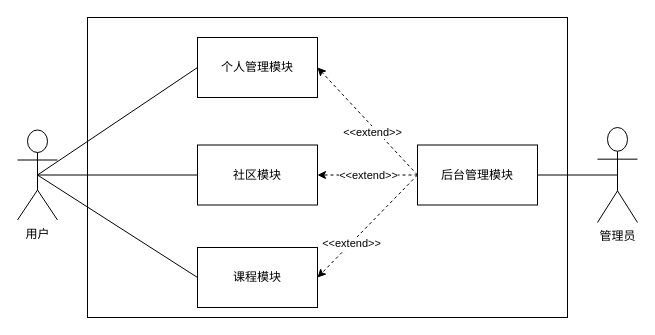
The draw.io diagram 系统.drawio in ooolky/YuSchool, before the edit. Source tidied: cells renumbered, new cells numbered last; positions are measured from the earlier drawing's top-left corner, leaving out a move shared by most shapes. Both pictures are drawn from the tidied source at 100%, with x=0, y=0 at pixel (17, 17).
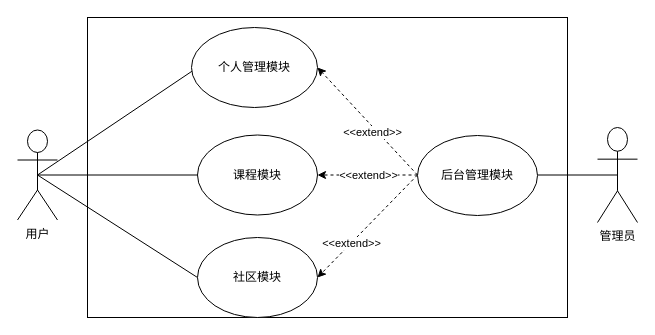
Above is the later version.

The change refers to these unchanged cells:
```xml
<mxCell id="16" value="用户" style="shape=umlActor;verticalLabelPosition=bottom;labelBackgroundColor=#ffffff;verticalAlign=top;html=1;outlineConnect=0;" parent="1" vertex="1">
  <mxGeometry y="112.5" width="40" height="90" as="geometry" />
</mxCell>
<mxCell id="18" value="管理员" style="shape=umlActor;verticalLabelPosition=bottom;labelBackgroundColor=#ffffff;verticalAlign=top;html=1;outlineConnect=0;" parent="1" vertex="1">
  <mxGeometry x="580" y="110" width="40" height="95" as="geometry" />
</mxCell>
```

Diff of the diagram source:
```diff
@@
-    <mxCell id="3" value="个人管理模块" style="rounded=0;whiteSpace=wrap;html=1;" parent="1" vertex="1">
-      <mxGeometry x="180" y="20" width="120" height="60" as="geometry" />
-    </mxCell>
-    <mxCell id="4" value="社区模块" style="rounded=0;whiteSpace=wrap;html=1;" parent="1" vertex="1">
-      <mxGeometry x="180" y="127.5" width="120" height="60" as="geometry" />
-    </mxCell>
-    <mxCell id="5" value="课程模块" style="rounded=0;whiteSpace=wrap;html=1;" parent="1" vertex="1">
-      <mxGeometry x="180" y="230" width="120" height="60" as="geometry" />
-    </mxCell>
-    <mxCell id="6" style="rounded=0;jettySize=auto;html=1;exitX=0;exitY=0.5;exitDx=0;exitDy=0;entryX=1;entryY=0.5;entryDx=0;entryDy=0;dashed=1;" parent="1" edge="1" source="12" target="3">
-      <mxGeometry relative="1" as="geometry" />
+    <mxCell id="6" style="rounded=0;orthogonalLoop=1;jettySize=auto;html=1;exitX=0;exitY=0.5;exitDx=0;exitDy=0;entryX=1;entryY=0.5;entryDx=0;entryDy=0;dashed=1;" parent="1" edge="1">
+      <mxGeometry relative="1" as="geometry">
+        <mxPoint x="400" y="157.5" as="sourcePoint" />
+        <mxPoint x="300" y="50" as="targetPoint" />
+      </mxGeometry>
     </mxCell>
@@
-    <mxCell id="8" style="rounded=0;jettySize=auto;html=1;exitX=0;exitY=0.5;exitDx=0;exitDy=0;dashed=1;" parent="1" edge="1" source="12" target="4">
-      <mxGeometry relative="1" as="geometry" />
+    <mxCell id="8" style="rounded=0;orthogonalLoop=1;jettySize=auto;html=1;exitX=0;exitY=0.5;exitDx=0;exitDy=0;dashed=1;" parent="1" edge="1">
+      <mxGeometry relative="1" as="geometry">
+        <mxPoint x="400" y="157.5" as="sourcePoint" />
+        <mxPoint x="300" y="157.5" as="targetPoint" />
+      </mxGeometry>
     </mxCell>
@@
-    <mxCell id="10" style="rounded=0;jettySize=auto;html=1;exitX=0;exitY=0.5;exitDx=0;exitDy=0;entryX=1;entryY=0.5;entryDx=0;entryDy=0;dashed=1;" parent="1" edge="1" source="12" target="5">
-      <mxGeometry relative="1" as="geometry" />
+    <mxCell id="10" style="rounded=0;orthogonalLoop=1;jettySize=auto;html=1;exitX=0;exitY=0.5;exitDx=0;exitDy=0;entryX=1;entryY=0.5;entryDx=0;entryDy=0;dashed=1;" parent="1" edge="1">
+      <mxGeometry relative="1" as="geometry">
+        <mxPoint x="400" y="157.5" as="sourcePoint" />
+        <mxPoint x="300" y="260" as="targetPoint" />
+      </mxGeometry>
     </mxCell>
@@
-    <mxCell id="12" value="后台管理模块" style="rounded=0;whiteSpace=wrap;html=1;" parent="1" vertex="1">
-      <mxGeometry x="400" y="127.5" width="120" height="60" as="geometry" />
-    </mxCell>
-    <mxCell id="13" style="rounded=0;jettySize=auto;html=1;exitX=0.5;exitY=0.5;exitDx=0;exitDy=0;exitPerimeter=0;entryX=0;entryY=0.5;entryDx=0;entryDy=0;endArrow=none;endFill=0;" parent="1" edge="1" source="16" target="3">
-      <mxGeometry relative="1" as="geometry" />
+    <mxCell id="13" style="rounded=0;jettySize=auto;html=1;exitX=0.5;exitY=0.5;exitDx=0;exitDy=0;exitPerimeter=0;entryX=0;entryY=0.5;entryDx=0;entryDy=0;endArrow=none;endFill=0;" parent="1" edge="1" source="16">
+      <mxGeometry relative="1" as="geometry">
+        <mxPoint x="180" y="50" as="targetPoint" />
+      </mxGeometry>
     </mxCell>
-    <mxCell id="14" style="rounded=0;jettySize=auto;html=1;exitX=0.5;exitY=0.5;exitDx=0;exitDy=0;exitPerimeter=0;entryX=0;entryY=0.5;entryDx=0;entryDy=0;endFill=0;endArrow=none;" parent="1" edge="1" source="16" target="4">
-      <mxGeometry relative="1" as="geometry" />
+    <mxCell id="14" style="rounded=0;jettySize=auto;html=1;exitX=0.5;exitY=0.5;exitDx=0;exitDy=0;exitPerimeter=0;entryX=0;entryY=0.5;entryDx=0;entryDy=0;endFill=0;endArrow=none;" parent="1" edge="1" source="16">
+      <mxGeometry relative="1" as="geometry">
+        <mxPoint x="180" y="157.5" as="targetPoint" />
+      </mxGeometry>
     </mxCell>
-    <mxCell id="15" style="rounded=0;jettySize=auto;html=1;exitX=0.5;exitY=0.5;exitDx=0;exitDy=0;exitPerimeter=0;entryX=0;entryY=0.5;entryDx=0;entryDy=0;endFill=0;endArrow=none;" parent="1" edge="1" source="16" target="5">
-      <mxGeometry relative="1" as="geometry" />
+    <mxCell id="15" style="rounded=0;jettySize=auto;html=1;exitX=0.5;exitY=0.5;exitDx=0;exitDy=0;exitPerimeter=0;entryX=0;entryY=0.5;entryDx=0;entryDy=0;endFill=0;endArrow=none;" parent="1" edge="1" source="16">
+      <mxGeometry relative="1" as="geometry">
+        <mxPoint x="180" y="260" as="targetPoint" />
+      </mxGeometry>
     </mxCell>
@@
-    <mxCell id="17" style="rounded=0;jettySize=auto;html=1;exitX=0.5;exitY=0.5;exitDx=0;exitDy=0;exitPerimeter=0;endFill=0;endArrow=none;" parent="1" edge="1" source="18" target="12">
-      <mxGeometry relative="1" as="geometry" />
+    <mxCell id="17" style="rounded=0;jettySize=auto;html=1;exitX=0.5;exitY=0.5;exitDx=0;exitDy=0;exitPerimeter=0;endFill=0;endArrow=none;" parent="1" edge="1" source="18">
+      <mxGeometry relative="1" as="geometry">
+        <mxPoint x="520" y="157.5" as="targetPoint" />
+      </mxGeometry>
     </mxCell>
@@
+    <mxCell id="3" value="个人管理模块" style="ellipse;whiteSpace=wrap;html=1;" parent="1" vertex="1">
+      <mxGeometry x="174" y="10" width="126" height="80" as="geometry" />
+    </mxCell>
+    <mxCell id="5" value="课程模块" style="ellipse;whiteSpace=wrap;html=1;" parent="1" vertex="1">
+      <mxGeometry x="180" y="117.5" width="120" height="80" as="geometry" />
+    </mxCell>
+    <mxCell id="4" value="社区模块" style="ellipse;whiteSpace=wrap;html=1;" parent="1" vertex="1">
+      <mxGeometry x="180" y="220" width="120" height="80" as="geometry" />
+    </mxCell>
+    <mxCell id="12" value="后台管理模块" style="ellipse;whiteSpace=wrap;html=1;" parent="1" vertex="1">
+      <mxGeometry x="400" y="118" width="120" height="80" as="geometry" />
+    </mxCell>
```
